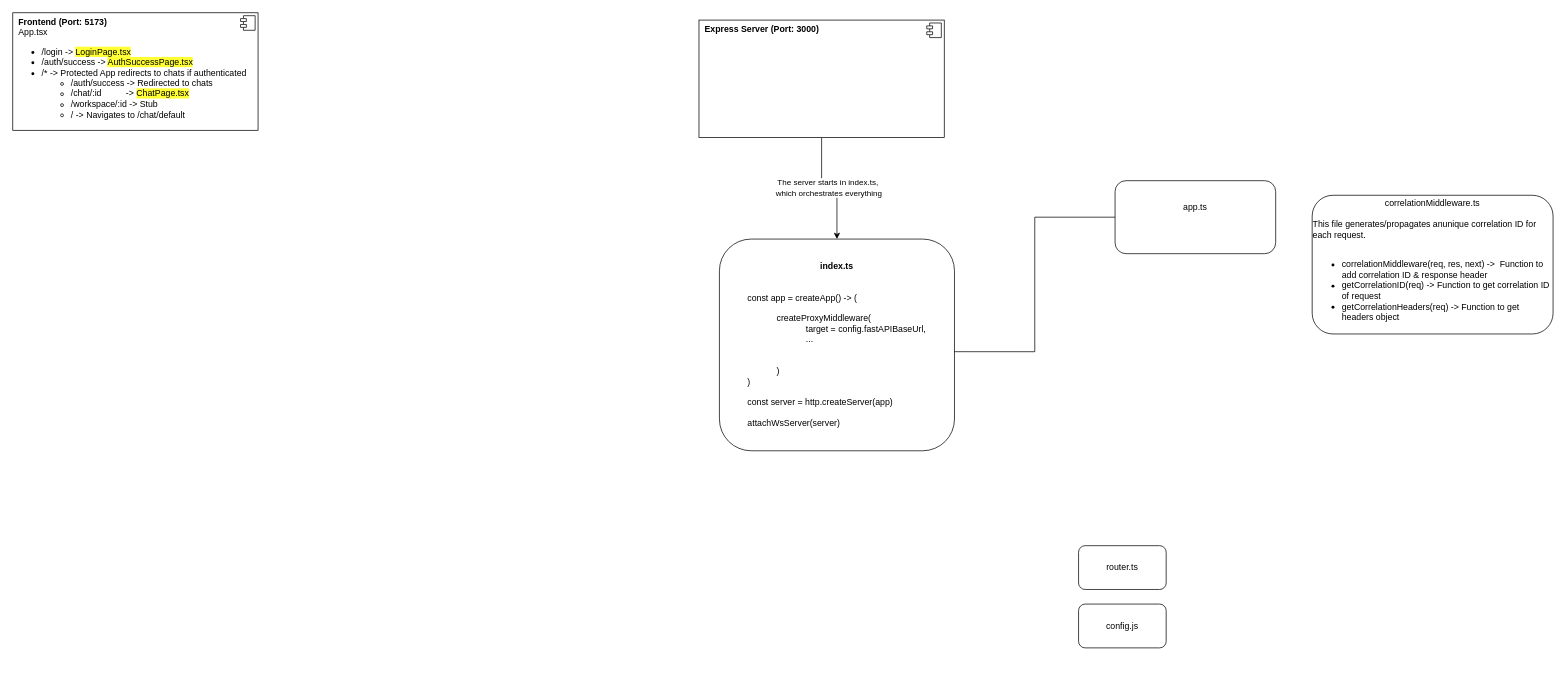
The draw.io diagram page "App Architecture" (1 of 2) of AIVIAN Showcase UI Architecture.drawio in mauriceschmetzer/Temp_Visual_Location, before the edit. Source tidied: cells renumbered, new cells numbered last; positions are measured from the earlier drawing's top-left corner, leaving out a move shared by most shapes. Both pictures are drawn from the tidied source at 73%, with x=0, y=0 at pixel (12, 12).
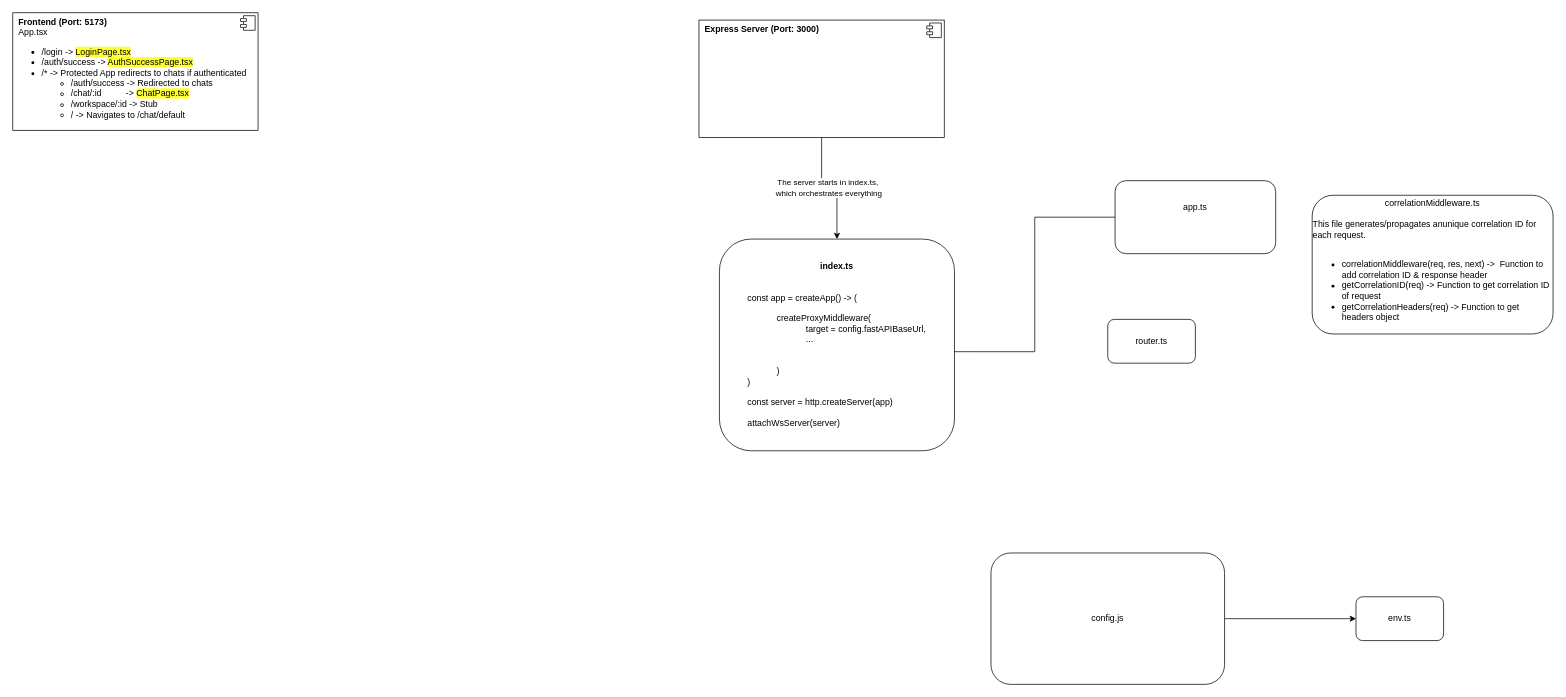
The same page after the edit.

Change to the diagram source:
```diff
@@
 <mxGraphModel>
   <root>
     <mxCell id="0" />
     <mxCell id="1" parent="0" />
     <mxCell id="2" value="&lt;p style=&quot;margin:0px;margin-top:6px;text-align:center;&quot;&gt;&lt;/p&gt;&lt;p style=&quot;margin:0px;margin-left:8px;&quot;&gt;&lt;b&gt;Frontend (Port: 5173)&lt;/b&gt;&lt;/p&gt;&lt;p style=&quot;margin:0px;margin-left:8px;&quot;&gt;App.tsx&lt;/p&gt;&lt;p style=&quot;margin:0px;margin-left:8px;&quot;&gt;&lt;/p&gt;&lt;ul&gt;&lt;li&gt;/login -&amp;gt; &lt;span style=&quot;background-color: rgb(255, 255, 51);&quot;&gt;LoginPage.tsx&lt;/span&gt;&lt;/li&gt;&lt;li&gt;/auth/success -&amp;gt; &lt;span style=&quot;background-color: rgb(255, 255, 51);&quot;&gt;AuthSuccessPage.tsx&lt;/span&gt;&lt;/li&gt;&lt;li&gt;/* -&amp;gt; Protected App redirects to chats if authenticated&lt;/li&gt;&lt;ul&gt;&lt;li&gt;/auth/success -&amp;gt; Redirected to chats&lt;/li&gt;&lt;li&gt;/chat/:id&amp;nbsp; &amp;nbsp; &amp;nbsp; &amp;nbsp; &amp;nbsp; -&amp;gt; &lt;span style=&quot;background-color: rgb(255, 255, 51);&quot;&gt;ChatPage.tsx&lt;/span&gt;&lt;/li&gt;&lt;li&gt;/workspace/:id -&amp;gt; Stub&lt;/li&gt;&lt;li&gt;/ -&amp;gt; Navigates to /chat/default&lt;/li&gt;&lt;/ul&gt;&lt;/ul&gt;&lt;p&gt;&lt;/p&gt;" style="align=left;overflow=fill;html=1;whiteSpace=wrap;" parent="1" vertex="1">
       <mxGeometry width="336" height="161" as="geometry" />
     </mxCell>
     <mxCell id="3" style="shape=component;jettyWidth=8;jettyHeight=4;" parent="2" vertex="1">
       <mxGeometry x="1" width="20" height="20" relative="1" as="geometry">
         <mxPoint x="-24" y="4" as="offset" />
       </mxGeometry>
     </mxCell>
     <mxCell id="4" style="edgeStyle=orthogonalEdgeStyle;rounded=0;jettySize=auto;html=1;" parent="1" edge="1" source="6" target="8">
       <mxGeometry relative="1" as="geometry" />
     </mxCell>
     <mxCell id="5" value="The server starts in index.ts,&amp;nbsp;&lt;div&gt;which orchestrates everything&lt;/div&gt;" style="edgeLabel;html=1;align=center;verticalAlign=middle;" parent="4" vertex="1">
       <mxGeometry x="-0.01" y="1" relative="1" as="geometry" />
     </mxCell>
     <mxCell id="6" value="&lt;p style=&quot;margin:0px;margin-top:6px;text-align:center;&quot;&gt;&lt;/p&gt;&lt;p style=&quot;margin:0px;margin-left:8px;&quot;&gt;&lt;b&gt;Express Server (Port: 3000)&lt;/b&gt;&lt;/p&gt;&lt;p style=&quot;margin:0px;margin-left:8px;&quot;&gt;&lt;br&gt;&lt;/p&gt;&lt;p&gt;&lt;/p&gt;" style="align=left;overflow=fill;html=1;whiteSpace=wrap;" parent="1" vertex="1">
       <mxGeometry x="940" y="10" width="336" height="161" as="geometry" />
     </mxCell>
     <mxCell id="7" style="shape=component;jettyWidth=8;jettyHeight=4;" parent="6" vertex="1">
       <mxGeometry x="1" width="20" height="20" relative="1" as="geometry">
         <mxPoint x="-24" y="4" as="offset" />
       </mxGeometry>
     </mxCell>
     <mxCell id="8" value="&lt;div style=&quot;&quot;&gt;&lt;span style=&quot;background-color: transparent; color: light-dark(rgb(0, 0, 0), rgb(255, 255, 255));&quot;&gt;&lt;b&gt;index.ts&lt;/b&gt;&lt;/span&gt;&lt;/div&gt;&lt;div style=&quot;&quot;&gt;&lt;span style=&quot;background-color: transparent; color: light-dark(rgb(0, 0, 0), rgb(255, 255, 255));&quot;&gt;&lt;br&gt;&lt;/span&gt;&lt;/div&gt;&lt;div style=&quot;&quot;&gt;&lt;span style=&quot;background-color: transparent; color: light-dark(rgb(0, 0, 0), rgb(255, 255, 255));&quot;&gt;&lt;br&gt;&lt;/span&gt;&lt;/div&gt;&lt;div style=&quot;&quot;&gt;&lt;div style=&quot;text-align: left;&quot;&gt;&lt;span style=&quot;background-color: transparent; color: light-dark(rgb(0, 0, 0), rgb(255, 255, 255));&quot;&gt;const app = createApp() -&amp;gt; (&lt;/span&gt;&lt;/div&gt;&lt;div style=&quot;text-align: left;&quot;&gt;&lt;span style=&quot;background-color: transparent; color: light-dark(rgb(0, 0, 0), rgb(255, 255, 255));&quot;&gt;&lt;br&gt;&lt;/span&gt;&lt;/div&gt;&lt;/div&gt;&lt;blockquote style=&quot;margin: 0 0 0 40px; border: none; padding: 0px;&quot;&gt;&lt;div style=&quot;&quot;&gt;&lt;div style=&quot;text-align: left;&quot;&gt;&lt;span style=&quot;background-color: transparent; color: light-dark(rgb(0, 0, 0), rgb(255, 255, 255));&quot;&gt;createProxyMiddleware(&lt;/span&gt;&lt;/div&gt;&lt;/div&gt;&lt;/blockquote&gt;&lt;blockquote style=&quot;margin: 0 0 0 40px; border: none; padding: 0px;&quot;&gt;&lt;blockquote style=&quot;margin: 0 0 0 40px; border: none; padding: 0px;&quot;&gt;&lt;div style=&quot;&quot;&gt;&lt;div style=&quot;text-align: left;&quot;&gt;&lt;span style=&quot;background-color: transparent; color: light-dark(rgb(0, 0, 0), rgb(255, 255, 255));&quot;&gt;target = config.fastAPIBaseUrl,&lt;/span&gt;&lt;/div&gt;&lt;div style=&quot;text-align: left;&quot;&gt;&lt;span style=&quot;background-color: transparent; color: light-dark(rgb(0, 0, 0), rgb(255, 255, 255));&quot;&gt;...&lt;/span&gt;&lt;/div&gt;&lt;div style=&quot;text-align: left;&quot;&gt;&lt;span style=&quot;background-color: transparent; color: light-dark(rgb(0, 0, 0), rgb(255, 255, 255));&quot;&gt;&lt;br&gt;&lt;/span&gt;&lt;/div&gt;&lt;div style=&quot;text-align: left;&quot;&gt;&lt;span style=&quot;background-color: transparent; color: light-dark(rgb(0, 0, 0), rgb(255, 255, 255));&quot;&gt;&lt;br&gt;&lt;/span&gt;&lt;/div&gt;&lt;/div&gt;&lt;/blockquote&gt;&lt;/blockquote&gt;&lt;blockquote style=&quot;margin: 0 0 0 40px; border: none; padding: 0px;&quot;&gt;&lt;div style=&quot;&quot;&gt;&lt;div style=&quot;text-align: left;&quot;&gt;&lt;span style=&quot;background-color: transparent; color: light-dark(rgb(0, 0, 0), rgb(255, 255, 255));&quot;&gt;)&lt;/span&gt;&lt;/div&gt;&lt;/div&gt;&lt;/blockquote&gt;&lt;div style=&quot;&quot;&gt;&lt;div style=&quot;text-align: left;&quot;&gt;)&lt;/div&gt;&lt;div style=&quot;text-align: left;&quot;&gt;&lt;br&gt;&lt;/div&gt;&lt;div style=&quot;text-align: left;&quot;&gt;const server = http.createServer(app)&lt;/div&gt;&lt;div style=&quot;text-align: left;&quot;&gt;&lt;br&gt;&lt;/div&gt;&lt;div style=&quot;text-align: left;&quot;&gt;attachWsServer(server)&lt;/div&gt;&lt;/div&gt;" style="rounded=1;whiteSpace=wrap;html=1;align=center;" parent="1" vertex="1">
       <mxGeometry x="968" y="310" width="322" height="290" as="geometry" />
     </mxCell>
     <mxCell id="9" value="router.ts" style="whiteSpace=wrap;html=1;rounded=1;align=center;" parent="1" vertex="1">
-      <mxGeometry x="1460" y="730" width="120" height="60" as="geometry" />
+      <mxGeometry x="1500" y="420" width="120" height="60" as="geometry" />
     </mxCell>
     <mxCell id="10" value="app.ts&lt;div&gt;&lt;br&gt;&lt;/div&gt;&lt;div style=&quot;text-align: left;&quot;&gt;&lt;br&gt;&lt;/div&gt;" style="rounded=1;whiteSpace=wrap;html=1;align=center;" parent="1" vertex="1">
       <mxGeometry x="1510" y="230" width="220" height="100" as="geometry" />
     </mxCell>
+    <mxCell id="14" style="edgeStyle=orthogonalEdgeStyle;rounded=0;jettySize=auto;html=1;" parent="1" edge="1" source="11" target="15">
+      <mxGeometry relative="1" as="geometry" />
+    </mxCell>
     <mxCell id="11" value="config.js" style="whiteSpace=wrap;html=1;rounded=1;" parent="1" vertex="1">
-      <mxGeometry x="1460" y="810" width="120" height="60" as="geometry" />
+      <mxGeometry x="1340" y="740" width="320" height="180" as="geometry" />
     </mxCell>
     <mxCell id="12" value="correlationMiddleware.ts&lt;div&gt;&lt;br&gt;&lt;/div&gt;&lt;div style=&quot;text-align: left;&quot;&gt;This file generates/propagates anunique correlation ID for each request.&lt;/div&gt;&lt;div style=&quot;text-align: left;&quot;&gt;&lt;span style=&quot;background-color: transparent; color: light-dark(rgb(0, 0, 0), rgb(255, 255, 255));&quot;&gt;&lt;br&gt;&lt;/span&gt;&lt;/div&gt;&lt;div style=&quot;text-align: left;&quot;&gt;&lt;ul&gt;&lt;li&gt;&lt;span style=&quot;background-color: transparent; color: light-dark(rgb(0, 0, 0), rgb(255, 255, 255));&quot;&gt;correlationMiddleware(req, res, next) -&amp;gt;&amp;nbsp; Function to add correlation ID &amp;amp; response header&lt;/span&gt;&lt;/li&gt;&lt;li&gt;&lt;span style=&quot;background-color: transparent; color: light-dark(rgb(0, 0, 0), rgb(255, 255, 255));&quot;&gt;getCorrelationID(req) -&amp;gt; Function to get correlation ID of request&lt;/span&gt;&lt;/li&gt;&lt;li&gt;&lt;span style=&quot;background-color: transparent; color: light-dark(rgb(0, 0, 0), rgb(255, 255, 255));&quot;&gt;getCorrelationHeaders(req) -&amp;gt; Function to get headers object&lt;/span&gt;&lt;/li&gt;&lt;/ul&gt;&lt;/div&gt;" style="whiteSpace=wrap;html=1;rounded=1;" parent="1" vertex="1">
       <mxGeometry x="1780" y="250" width="330" height="190" as="geometry" />
     </mxCell>
     <mxCell id="13" style="endArrow=none;html=1;rounded=0;entryX=0;entryY=0.5;entryDx=0;entryDy=0;exitX=0.999;exitY=0.532;exitDx=0;exitDy=0;exitPerimeter=0;edgeStyle=orthogonalEdgeStyle;" parent="1" edge="1" source="8" target="10">
       <mxGeometry relative="1" as="geometry" />
     </mxCell>
+    <mxCell id="15" value="env.ts" style="whiteSpace=wrap;html=1;rounded=1;" parent="1" vertex="1">
+      <mxGeometry x="1840" y="800" width="120" height="60" as="geometry" />
+    </mxCell>
   </root>
 </mxGraphModel>
```
